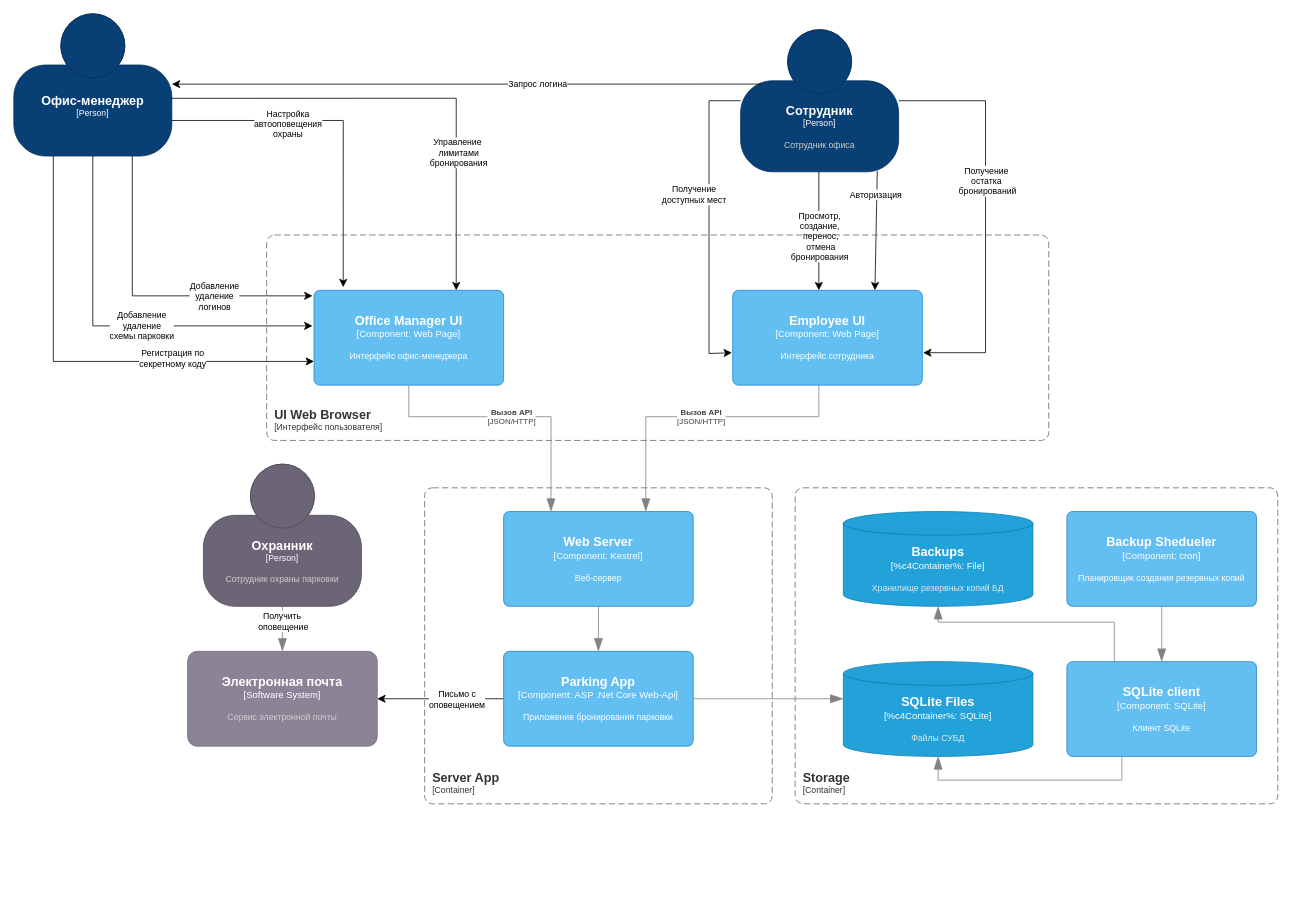
Before: docs/Parking C3.drawio in Yandex-Practicum/architect-practice-tpl, a draw.io diagram. Source tidied: cells renumbered, new cells numbered last; positions are measured from the earlier drawing's top-left corner, leaving out a move shared by most shapes. Both pictures are drawn from the tidied source at 79%, with x=0, y=0 at pixel (13, 13).
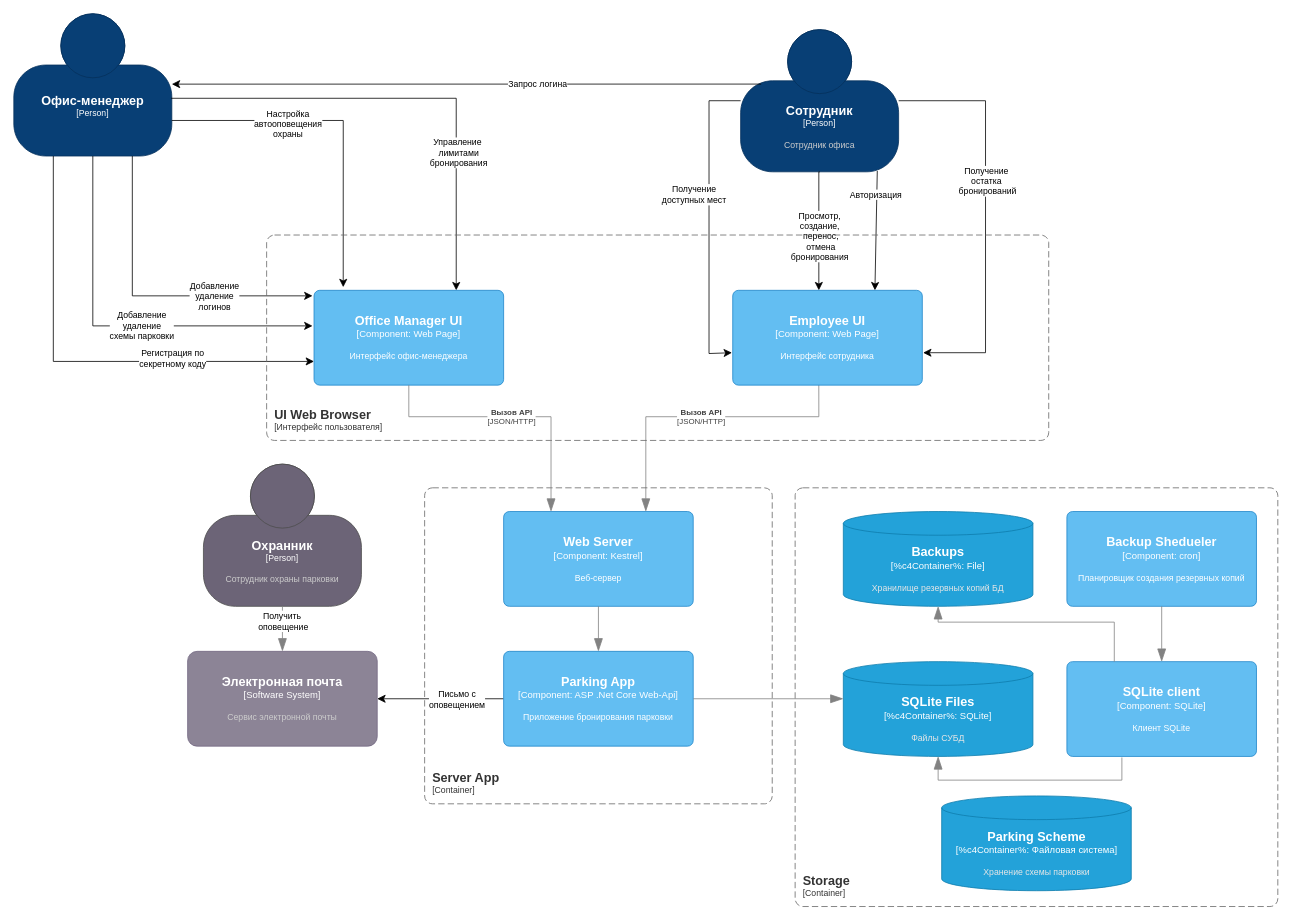
Above is the later version.

Change to the diagram source:
```diff
@@
     <object id="39" label="&lt;font style=&quot;font-size: 16px&quot;&gt;&lt;b&gt;&lt;div style=&quot;text-align: left&quot;&gt;%c4Name%&lt;/div&gt;&lt;/b&gt;&lt;/font&gt;&lt;div style=&quot;text-align: left&quot;&gt;[%c4Application%]&lt;/div&gt;" c4Application="Container" c4Name="Storage" placeholders="1">
       <mxCell style="rounded=1;fontSize=11;whiteSpace=wrap;html=1;dashed=1;arcSize=20;fillColor=none;strokeColor=#666666;fontColor=#333333;labelBackgroundColor=none;align=left;verticalAlign=bottom;labelBorderColor=none;spacingTop=0;spacing=10;dashPattern=8 4;perimeter=rectanglePerimeter;noLabel=0;labelPadding=0;absoluteArcSize=1;" parent="1" vertex="1">
-        <mxGeometry x="989" y="600" width="611" height="400" as="geometry" />
+        <mxGeometry x="989" y="600" width="611" height="530" as="geometry" />
       </mxCell>
     </object>
@@
+    <object id="48" label="&lt;font style=&quot;font-size: 16px&quot;&gt;&lt;b&gt;%c4Type%&lt;/b&gt;&lt;/font&gt;&lt;div&gt;[%c4Container%:&amp;nbsp;%c4Technology%]&lt;/div&gt;&lt;br&gt;&lt;div&gt;&lt;font style=&quot;font-size: 11px&quot;&gt;&lt;font color=&quot;#E6E6E6&quot;&gt;%c4Description%&lt;/font&gt;&lt;/div&gt;" c4Description="Хранение схемы парковки" c4Technology="Файловая система" c4Type="Parking Scheme" placeholders="1">
+      <mxCell style="shape=cylinder3;size=15;whiteSpace=wrap;html=1;boundedLbl=1;rounded=0;labelBackgroundColor=none;fillColor=#23A2D9;fontSize=12;fontColor=#ffffff;align=center;strokeColor=#0E7DAD;" parent="1" vertex="1">
+        <mxGeometry x="1174.5" y="990" width="240" height="120" as="geometry" />
+      </mxCell>
+    </object>
```
